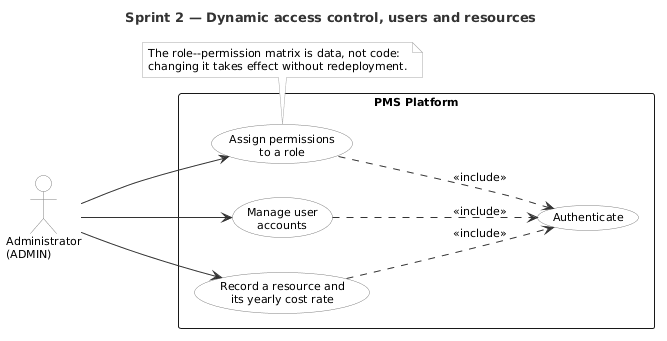
Above: docs/uml/sprint/uc_sprint2.png in mazenrakrouki/tekup-pms-platform (PlantUML), before the change.
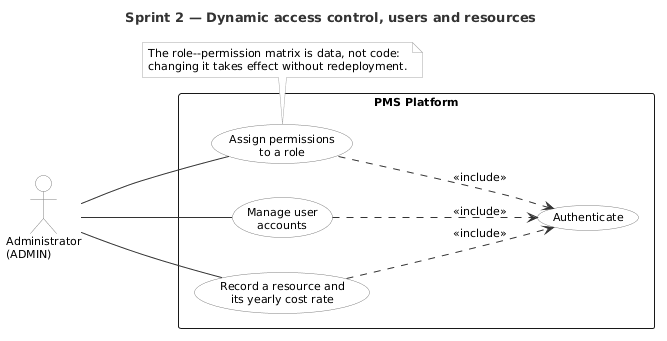
The same diagram one commit later.

Diff of the diagram source:
```diff
@@ -26,9 +26,9 @@
   usecase "Authenticate" as UC0
 }
 
-Admin --> UC1
-Admin --> UC2
-Admin --> UC3
+Admin -- UC1
+Admin -- UC2
+Admin -- UC3
 UC1 ..> UC0 : <<include>>
 UC2 ..> UC0 : <<include>>
 UC3 ..> UC0 : <<include>>
```
